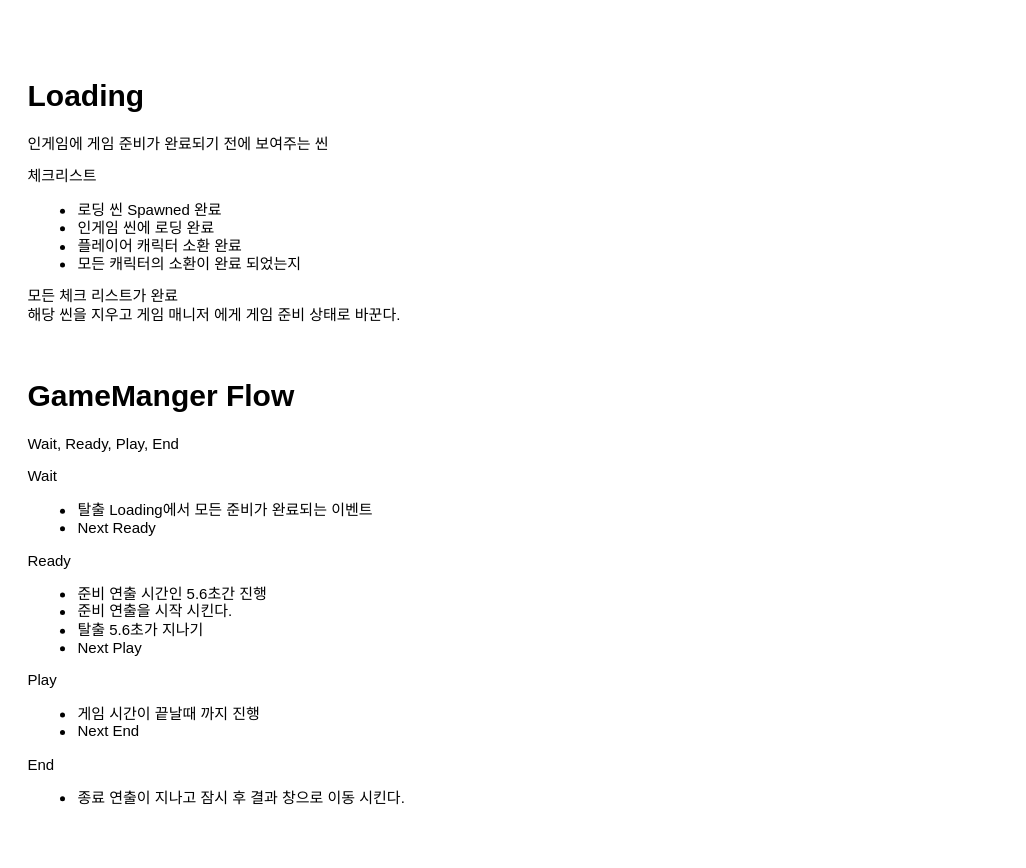
The draw.io diagram page "Loading" (7 of 8) of GameFlow.drawio in lArc244785/BumblingKitchen, before the edit. Source tidied: cells renumbered, new cells numbered last; positions are measured from the earlier drawing's top-left corner, leaving out a move shared by most shapes. Both pictures are drawn from the tidied source at 125%, with x=0, y=0 at pixel (21, 71).
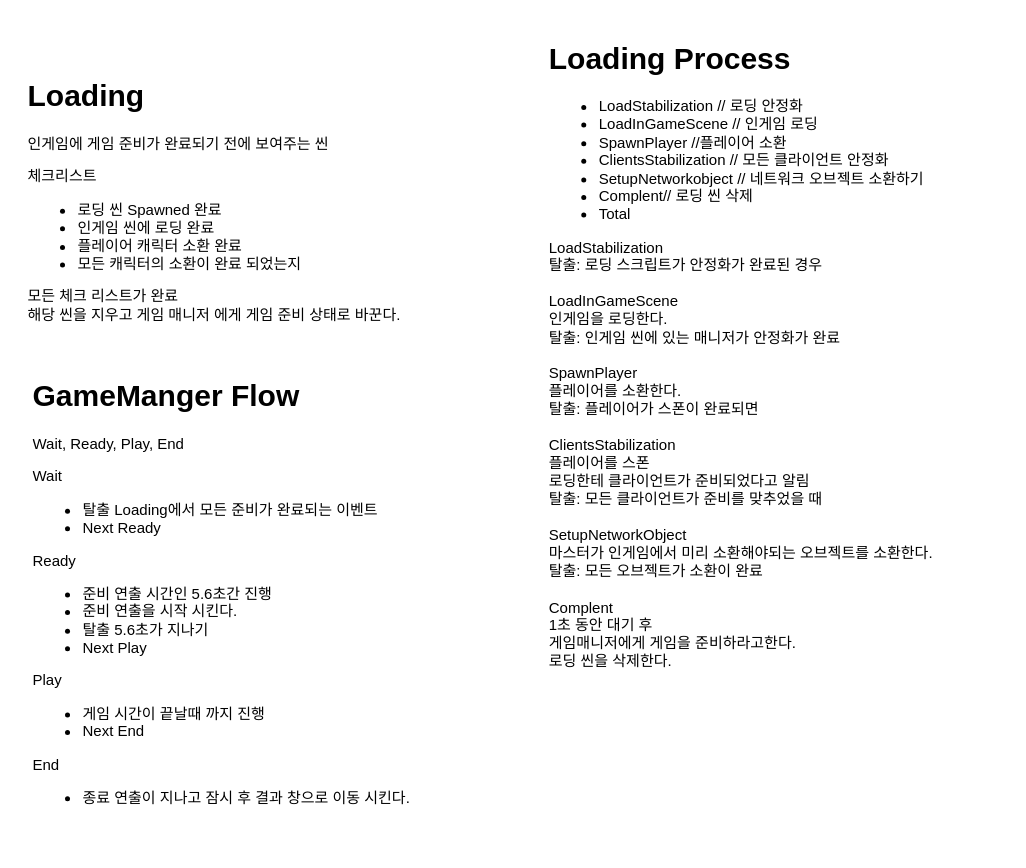
The same diagram, later.

What changed in the source:
```diff
@@
 <mxGraphModel>
   <root>
     <mxCell id="0" />
     <mxCell id="1" parent="0" />
     <mxCell id="2" value="&lt;h1&gt;Loading&lt;/h1&gt;&lt;p&gt;인게임에 게임 준비가 완료되기 전에 보여주는 씬&lt;/p&gt;&lt;p&gt;체크리스트&lt;/p&gt;&lt;p&gt;&lt;/p&gt;&lt;ul&gt;&lt;li&gt;로딩 씬 Spawned 완료&lt;/li&gt;&lt;li&gt;인게임 씬에 로딩 완료&lt;/li&gt;&lt;li&gt;플레이어 캐릭터 소환 완료&lt;/li&gt;&lt;li&gt;모든 캐릭터의 소환이 완료 되었는지&lt;/li&gt;&lt;/ul&gt;&lt;div&gt;모든 체크 리스트가 완료&lt;/div&gt;&lt;div&gt;해당 씬을 지우고 게임 매니저 에게 게임 준비 상태로 바꾼다.&lt;/div&gt;&lt;p&gt;&lt;/p&gt;" style="text;html=1;strokeColor=none;fillColor=none;spacing=5;spacingTop=-20;whiteSpace=wrap;overflow=hidden;rounded=0;" parent="1" vertex="1">
       <mxGeometry width="370" height="220" as="geometry" />
     </mxCell>
     <mxCell id="3" value="&lt;h1&gt;GameManger Flow&lt;/h1&gt;&lt;p&gt;Wait, Ready, Play, End&lt;/p&gt;&lt;p&gt;Wait&lt;/p&gt;&lt;p&gt;&lt;/p&gt;&lt;ul&gt;&lt;li&gt;탈출 Loading에서 모든 준비가 완료되는 이벤트&lt;/li&gt;&lt;li&gt;Next Ready&lt;/li&gt;&lt;/ul&gt;&lt;div&gt;Ready&lt;/div&gt;&lt;div&gt;&lt;ul&gt;&lt;li&gt;준비 연출 시간인 5.6초간 진행&lt;/li&gt;&lt;li&gt;준비 연출을 시작 시킨다.&lt;/li&gt;&lt;li&gt;탈출 5.6초가 지나기&lt;/li&gt;&lt;li&gt;Next Play&lt;/li&gt;&lt;/ul&gt;&lt;div&gt;Play&lt;/div&gt;&lt;/div&gt;&lt;div&gt;&lt;ul&gt;&lt;li&gt;게임 시간이 끝날때 까지 진행&lt;/li&gt;&lt;li&gt;Next End&lt;/li&gt;&lt;/ul&gt;&lt;div&gt;End&lt;/div&gt;&lt;/div&gt;&lt;div&gt;&lt;ul&gt;&lt;li&gt;종료 연출이 지나고 잠시 후 결과 창으로 이동 시킨다.&lt;/li&gt;&lt;/ul&gt;&lt;/div&gt;&lt;p&gt;&lt;/p&gt;&lt;p&gt;&lt;/p&gt;" style="text;html=1;strokeColor=none;fillColor=none;spacing=5;spacingTop=-20;whiteSpace=wrap;overflow=hidden;rounded=0;" parent="1" vertex="1">
-      <mxGeometry y="240" width="370" height="380" as="geometry" />
+      <mxGeometry x="4" y="240" width="370" height="380" as="geometry" />
     </mxCell>
+    <mxCell id="4" value="&lt;h1&gt;&lt;span style=&quot;background-color: initial;&quot;&gt;Loading Process&lt;/span&gt;&lt;/h1&gt;&lt;div&gt;&lt;ul&gt;&lt;li&gt;LoadStabilization // 로딩 안정화&lt;/li&gt;&lt;li&gt;&lt;span style=&quot;&quot;&gt;&#9;&#9;&lt;/span&gt;LoadInGameScene // 인게임 로딩&lt;/li&gt;&lt;li&gt;SpawnPlayer //플레이어 소환&lt;br&gt;&lt;/li&gt;&lt;li&gt;&lt;span style=&quot;&quot;&gt;&#9;&#9;&lt;/span&gt;ClientsStabilization // 모든 클라이언트 안정화&lt;/li&gt;&lt;li&gt;&lt;span style=&quot;&quot;&gt;&#9;&#9;&lt;/span&gt;SetupNetworkobject // 네트워크 오브젝트 소환하기&lt;/li&gt;&lt;li&gt;Complent// 로딩 씬 삭제&lt;/li&gt;&lt;li&gt;&lt;span style=&quot;&quot;&gt;&#9;&#9;&lt;/span&gt;Total&lt;/li&gt;&lt;/ul&gt;&lt;div&gt;LoadStabilization&amp;nbsp;&lt;br&gt;&lt;/div&gt;&lt;/div&gt;&lt;div&gt;탈출: 로딩 스크립트가 안정화가 완료된 경우&lt;/div&gt;&lt;div&gt;&lt;br&gt;&lt;/div&gt;&lt;div&gt;LoadInGameScene&amp;nbsp;&lt;br&gt;&lt;/div&gt;&lt;div&gt;인게임을 로딩한다.&lt;/div&gt;&lt;div&gt;탈출: 인게임 씬에 있는 매니저가 안정화가 완료&lt;/div&gt;&lt;div&gt;&lt;br&gt;&lt;/div&gt;&lt;div&gt;SpawnPlayer&lt;/div&gt;&lt;div&gt;플레이어를 소환한다.&lt;/div&gt;&lt;div&gt;탈출: 플레이어가 스폰이 완료되면&lt;/div&gt;&lt;div&gt;&lt;span style=&quot;background-color: initial;&quot;&gt;&lt;br&gt;&lt;/span&gt;&lt;/div&gt;&lt;div&gt;&lt;span style=&quot;background-color: initial;&quot;&gt;ClientsStabilization&lt;/span&gt;&lt;/div&gt;&lt;div&gt;&lt;span style=&quot;background-color: initial;&quot;&gt;플레이어를 스폰&lt;/span&gt;&lt;/div&gt;&lt;div&gt;로딩한테 클라이언트가 준비되었다고 알림&lt;/div&gt;&lt;div&gt;탈출: 모든 클라이언트가 준비를 맞추었을 때&lt;/div&gt;&lt;div&gt;&amp;nbsp;&lt;/div&gt;&lt;div&gt;SetupNetworkObject&lt;/div&gt;&lt;div&gt;마스터가 인게임에서 미리 소환해야되는 오브젝트를 소환한다.&lt;/div&gt;&lt;div&gt;탈출: 모든 오브젝트가 소환이 완료&lt;/div&gt;&lt;div&gt;&lt;br&gt;&lt;/div&gt;&lt;div&gt;Complent&lt;br&gt;&lt;/div&gt;&lt;div&gt;1초 동안 대기 후&lt;/div&gt;&lt;div&gt;게임매니저에게 게임을 준비하라고한다.&lt;/div&gt;&lt;div&gt;로딩 씬을 삭제한다.&lt;/div&gt;&lt;div&gt;&lt;br&gt;&lt;/div&gt;&lt;p&gt;&lt;/p&gt;&lt;p&gt;&lt;/p&gt;" style="text;html=1;strokeColor=none;fillColor=none;spacing=5;spacingTop=-20;whiteSpace=wrap;overflow=hidden;rounded=0;" parent="1" vertex="1">
+      <mxGeometry x="417" y="-30" width="370" height="520" as="geometry" />
+    </mxCell>
   </root>
 </mxGraphModel>
```
